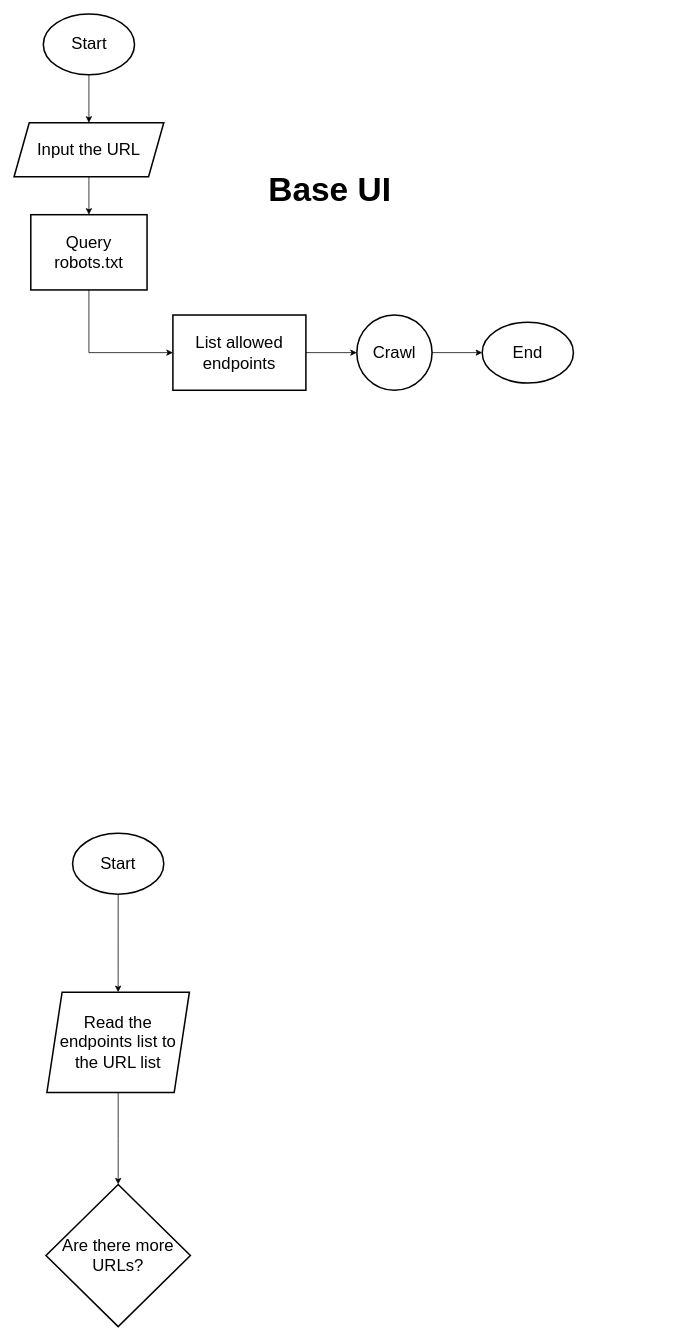
Altier-Tech/creepy-crawly keeps this draw.io diagram as sketches/base flows.drawio. Above is the earlier version. Source tidied: cells renumbered, new cells numbered last; positions are measured from the earlier drawing's top-left corner, leaving out a move shared by most shapes. Both pictures are drawn from the tidied source at 76%, with x=0, y=0 at pixel (14, 14).
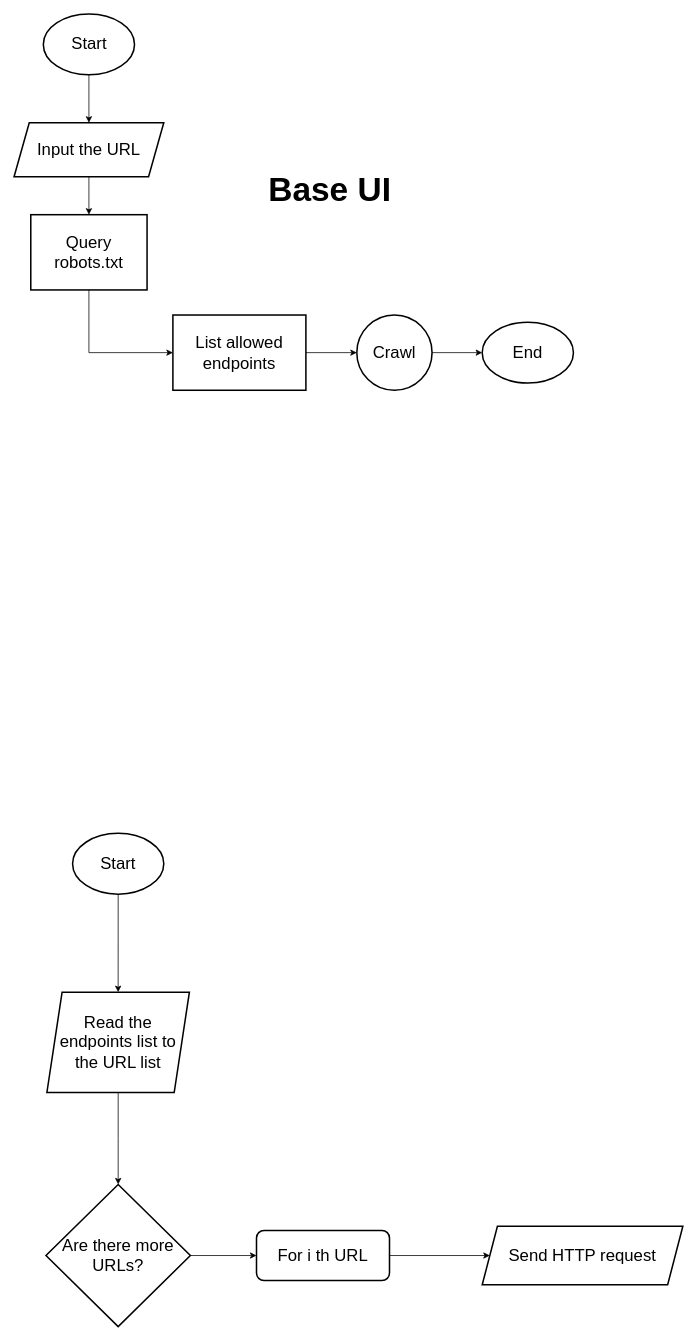
Above is the later version.

Unchanged cells that the change refers to:
```xml
<mxCell id="19" value="Are there more URLs?" style="rhombus;whiteSpace=wrap;html=1;strokeWidth=2;fontSize=22;" parent="1" vertex="1">
  <mxGeometry x="42" y="1540" width="190" height="187" as="geometry" />
</mxCell>
```

The edit, as a diff of the source:
```diff
@@
+    <mxCell id="20" style="edgeStyle=orthogonalEdgeStyle;rounded=0;jumpSize=6;jettySize=auto;html=1;entryX=0;entryY=0.5;entryDx=0;entryDy=0;fontSize=22;" parent="1" edge="1" source="19" target="22">
+      <mxGeometry relative="1" as="geometry" />
+    </mxCell>
@@
+    <mxCell id="21" style="edgeStyle=orthogonalEdgeStyle;rounded=0;jumpSize=6;jettySize=auto;html=1;entryX=0;entryY=0.5;entryDx=0;entryDy=0;fontSize=22;" parent="1" edge="1" source="22" target="23">
+      <mxGeometry relative="1" as="geometry" />
+    </mxCell>
+    <mxCell id="22" value="For i th URL" style="rounded=1;whiteSpace=wrap;html=1;strokeWidth=2;fontSize=22;" parent="1" vertex="1">
+      <mxGeometry x="319" y="1600.5" width="175" height="66" as="geometry" />
+    </mxCell>
+    <mxCell id="23" value="Send HTTP request" style="shape=parallelogram;perimeter=parallelogramPerimeter;whiteSpace=wrap;html=1;fixedSize=1;strokeWidth=2;fontSize=22;" parent="1" vertex="1">
+      <mxGeometry x="616" y="1595" width="264" height="77" as="geometry" />
+    </mxCell>
```
